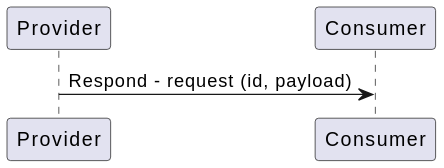
eclipse-ibeji/ibeji keeps this PlantUML diagram as docs/design/diagrams/respond_sequence.svg. Above is the earlier version.
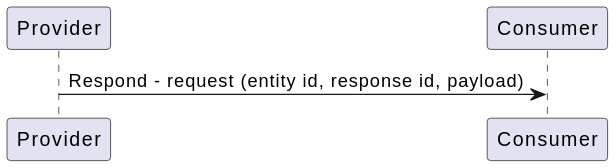
Later version of the same file.

The edit, as a diff of the source:
```diff
@@ -2,5 +2,5 @@
 participant "Provider"
 participant "Consumer"
 
-"Provider" -> "Consumer" : Respond - request (id, payload)
+"Provider" -> "Consumer" : Respond - request (entity id, response id, payload)
 @enduml
```
